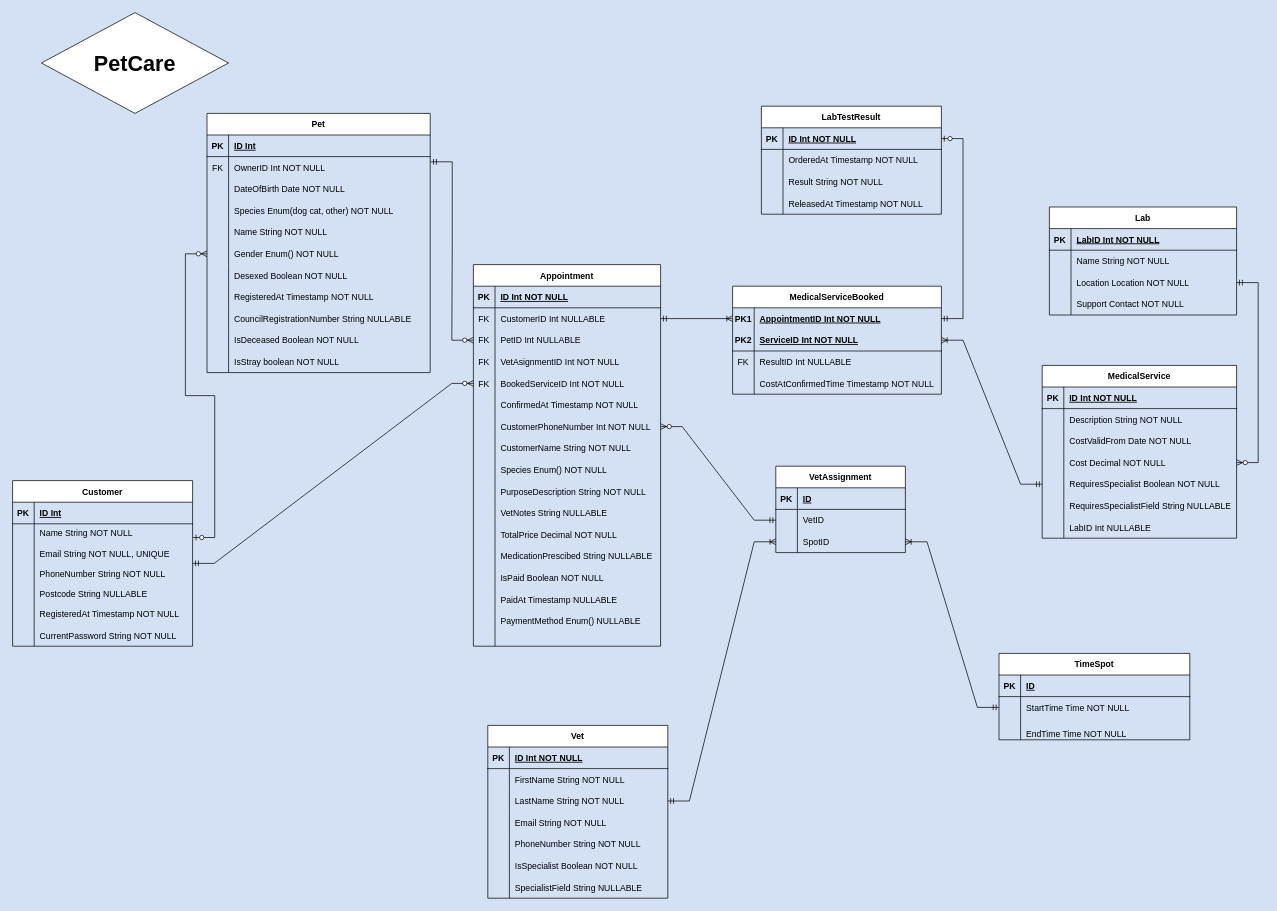
tamminh2003/petCare keeps this draw.io diagram as docs/PetCarERD.drawio. Above is the earlier version. Source tidied: cells renumbered, new cells numbered last; positions are measured from the earlier drawing's top-left corner, leaving out a move shared by most shapes. Both pictures are drawn from the tidied source at 72%, with x=0, y=0 at pixel (12, 12).
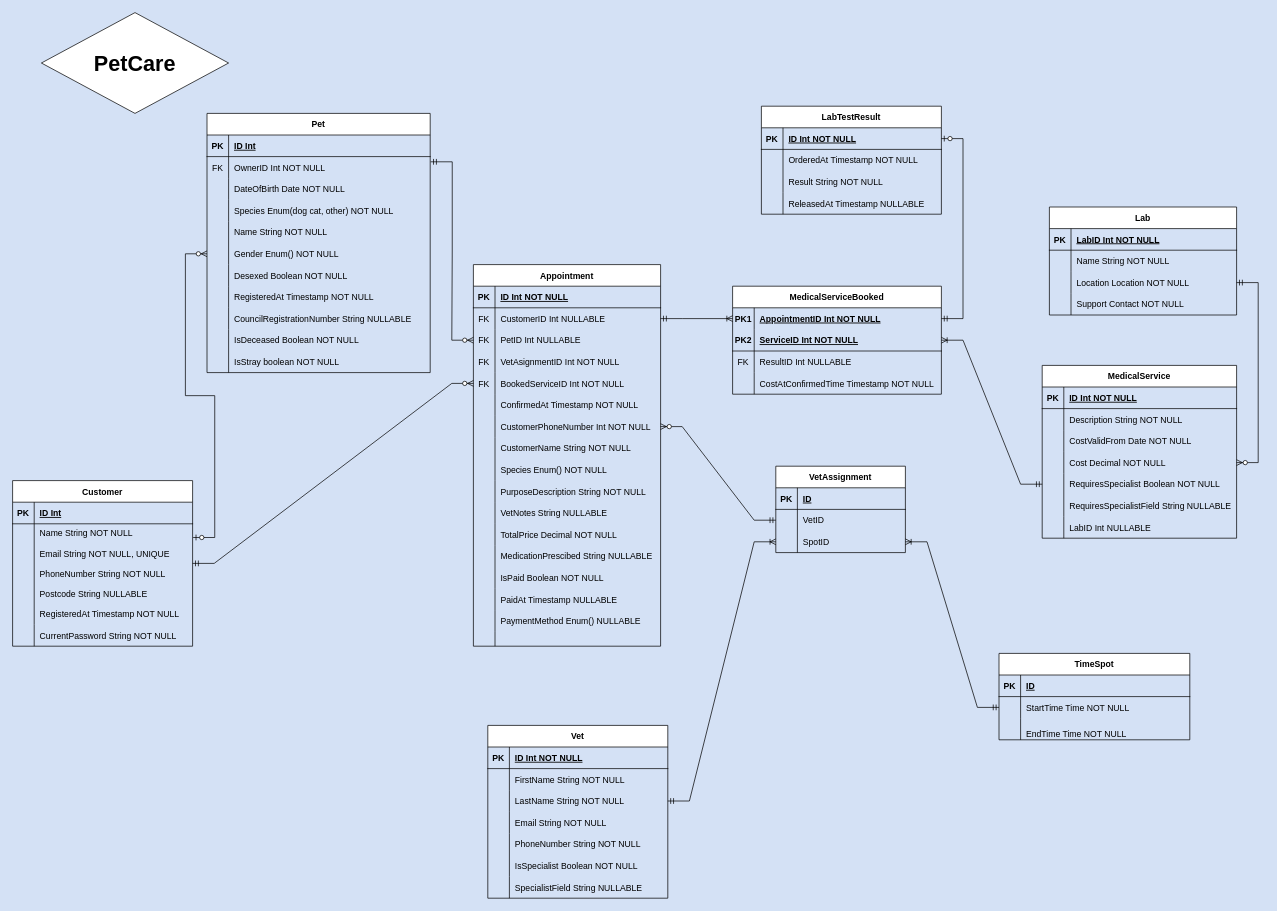
Above is the later version.

Commit message (it also covers changes not shown here):
add some changes to NULLABLE and NOT NULL rules in ERD

Unchanged cells that the change refers to:
```xml
<mxCell id="171" style="shape=tableRow;horizontal=0;startSize=0;swimlaneHead=0;swimlaneBody=0;fillColor=none;top=0;left=0;right=0;bottom=0;" parent="161" vertex="1">
  <mxGeometry y="120" width="250" height="30" as="geometry" />
</mxCell>
```

What changed in the source:
```diff
@@
-    <mxCell id="173" value="ReleasedAt Timestamp NOT NULL" style="shape=partialRectangle;fillColor=none;top=0;left=0;bottom=0;right=0;align=left;spacingLeft=6;overflow=hidden;" parent="171" vertex="1">
+    <mxCell id="173" value="ReleasedAt Timestamp NULLABLE" style="shape=partialRectangle;fillColor=none;top=0;left=0;bottom=0;right=0;align=left;spacingLeft=6;overflow=hidden;" parent="171" vertex="1">
       <mxGeometry x="30" width="220" height="30" as="geometry" />
     </mxCell>
```
